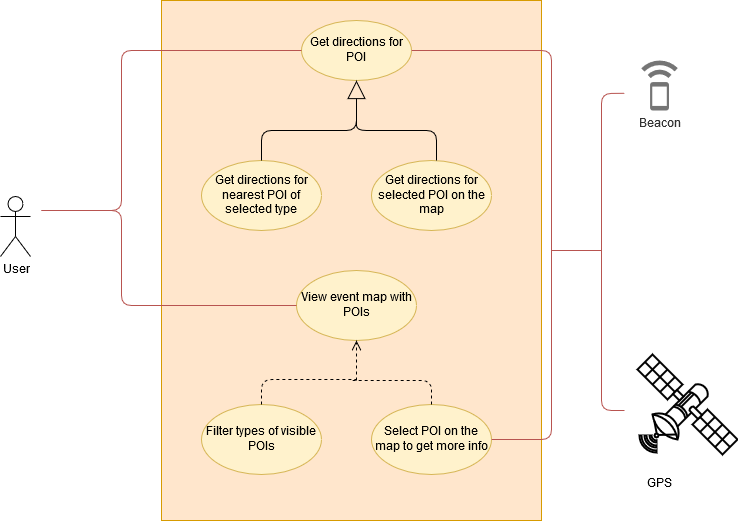
The draw.io diagram docs/use_cases/guideasy_use_cases.png in softeng-feup/open-cx-admins, before a commit. Source tidied: cells renumbered, new cells last; positions are measured from the earlier drawing's top-left corner, leaving out a move shared by most shapes.
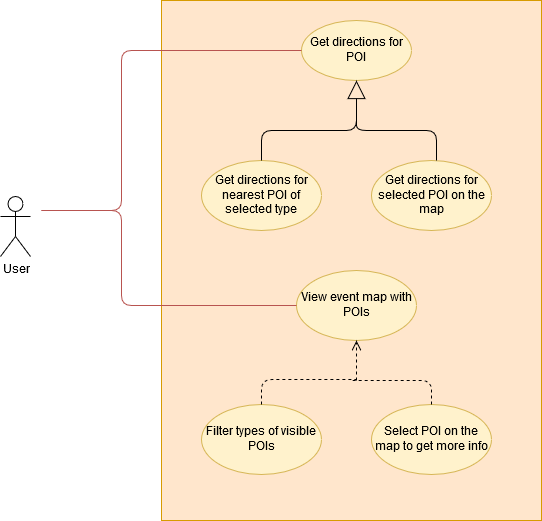
After the commit.

Commit message:
Removed GPS and beacons from use case diagram

What changed in the source:
```diff
@@ -84,43 +84,5 @@
         </Array>
       </mxGeometry>
     </mxCell>
-    <mxCell id="17" value="Beacon" style="strokeColor=none;shadow=0;strokeWidth=1;rounded=1;absoluteArcSize=1;arcSize=2;labelPosition=center;verticalLabelPosition=middle;align=center;verticalAlign=bottom;spacingLeft=0;fontColor=#333333;fontSize=12;whiteSpace=wrap;spacingBottom=2;fillColor=none;" parent="1" vertex="1">
-      <mxGeometry x="624" y="50" width="70" height="85" as="geometry" />
-    </mxCell>
-    <mxCell id="18" style="dashed=0;html=1;fillColor=#757575;strokeColor=none;shape=mxgraph.gcp2.beacon;" parent="17" vertex="1">
-      <mxGeometry x="0.5" width="36.5" height="50" relative="1" as="geometry">
-        <mxPoint x="-18.2" y="10" as="offset" />
-      </mxGeometry>
-    </mxCell>
-    <mxCell id="19" style="verticalAlign=top;verticalLabelPosition=bottom;labelPosition=center;align=center;html=1;gradientDirection=north;strokeWidth=1;shape=mxgraph.networks.satellite;" parent="1" vertex="1">
-      <mxGeometry x="637" y="354" width="100" height="100" as="geometry" />
-    </mxCell>
-    <mxCell id="20" value="&lt;div&gt;GPS&lt;/div&gt;" style="text;html=1;align=center;verticalAlign=middle;" parent="1" vertex="1">
-      <mxGeometry x="639" y="474" width="40" height="20" as="geometry" />
-    </mxCell>
-    <mxCell id="21" style="endArrow=none;html=1;entryX=1;entryY=0.5;entryDx=0;entryDy=0;exitX=1;exitY=0.5;exitDx=0;exitDy=0;fillColor=#f8cecc;strokeColor=#b85450;" parent="1" edge="1" source="11" target="3">
-      <mxGeometry relative="1" as="geometry">
-        <Array as="points">
-          <mxPoint x="551" y="439" />
-          <mxPoint x="551" y="50" />
-        </Array>
-      </mxGeometry>
-    </mxCell>
-    <mxCell id="22" style="endArrow=none;html=1;fillColor=#f8cecc;strokeColor=#b85450;entryX=0;entryY=0.5;entryDx=0;entryDy=0;" parent="1" edge="1" target="17">
-      <mxGeometry relative="1" as="geometry">
-        <mxPoint x="624" y="410" as="sourcePoint" />
-        <Array as="points">
-          <mxPoint x="601" y="410" />
-          <mxPoint x="601" y="251" />
-          <mxPoint x="601" y="93" />
-        </Array>
-      </mxGeometry>
-    </mxCell>
-    <mxCell id="23" style="endArrow=none;html=1;fillColor=#f8cecc;strokeColor=#b85450;" parent="1" edge="1">
-      <mxGeometry relative="1" as="geometry">
-        <mxPoint x="551" y="250" as="sourcePoint" />
-        <mxPoint x="601" y="250" as="targetPoint" />
-      </mxGeometry>
-    </mxCell>
   </root>
 </mxGraphModel>
```
